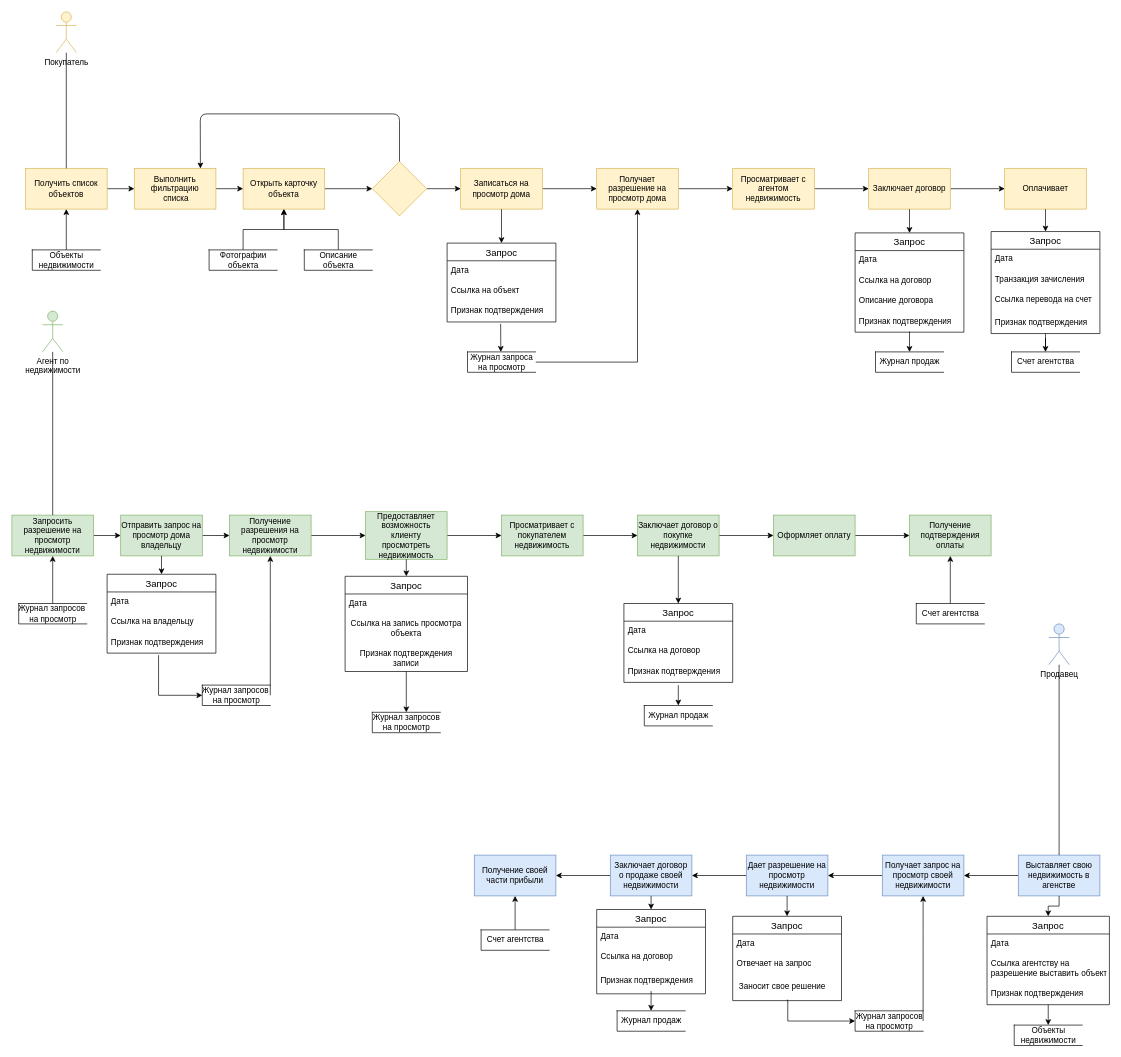
aleksey899/Boom21 keeps this draw.io diagram as page "Page-1" (1 of 2) of Untitled Diagram.drawio. Above is the earlier version. Source tidied: cells renumbered, new cells numbered last; positions are measured from the earlier drawing's top-left corner, leaving out a move shared by most shapes. Both pictures are drawn from the tidied source at 68%, with x=0, y=0 at pixel (12, 12).
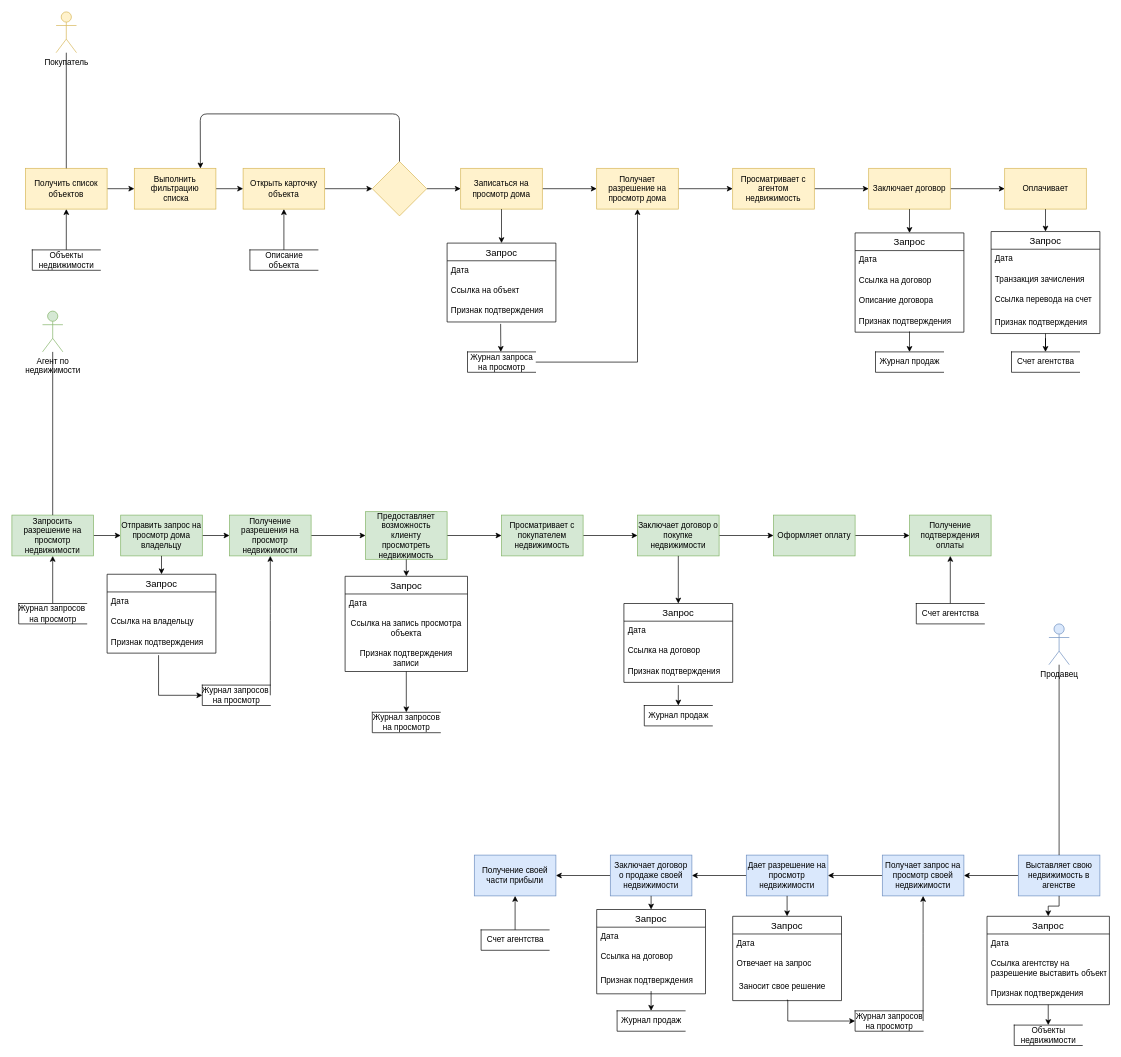
After the change.

The change refers to these unchanged cells:
```xml
<mxCell id="4" value="Открыть карточку объекта" style="rounded=0;whiteSpace=wrap;html=1;fillColor=#fff2cc;strokeColor=#d6b656;" parent="1" vertex="1">
  <mxGeometry x="340" y="230" width="120" height="60" as="geometry" />
</mxCell>
```

Diff of the diagram source:
```diff
@@
-    <mxCell id="14" style="edgeStyle=orthogonalEdgeStyle;rounded=0;jettySize=auto;html=1;" parent="1" edge="1" source="15" target="4">
-      <mxGeometry relative="1" as="geometry" />
-    </mxCell>
-    <mxCell id="15" value="Фотографии &lt;br&gt;объекта" style="html=1;dashed=0;whitespace=wrap;shape=partialRectangle;right=0;" parent="1" vertex="1">
-      <mxGeometry x="290" y="350" width="100" height="30" as="geometry" />
-    </mxCell>
@@
     <mxCell id="17" value="Описание&lt;br&gt;объекта" style="html=1;dashed=0;whitespace=wrap;shape=partialRectangle;right=0;" parent="1" vertex="1">
-      <mxGeometry x="430" y="350" width="100" height="30" as="geometry" />
+      <mxGeometry x="350" y="350" width="100" height="30" as="geometry" />
     </mxCell>
```
